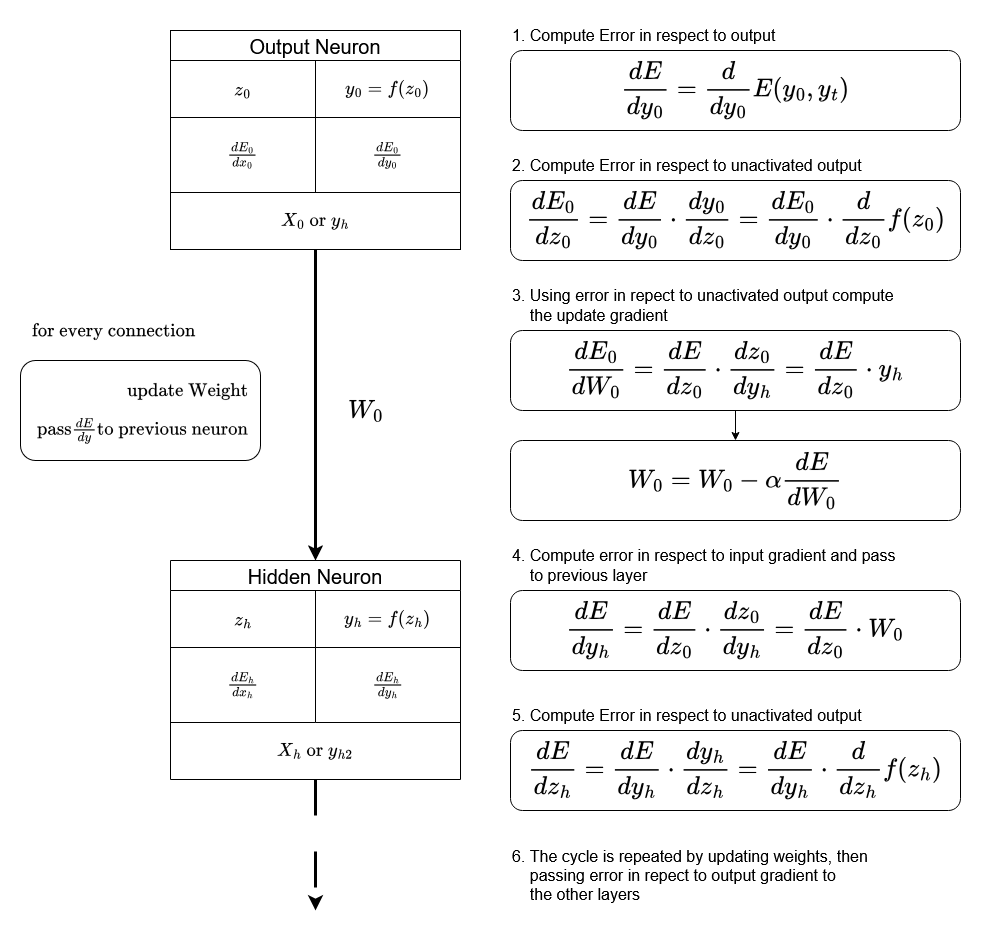
This is DL From Scratch/img/backpropagation.png from Siruenyian/Notebooks-practice, a draw.io export, as it was before one commit. Source tidied: cells renumbered, new cells last; positions are measured from the earlier drawing's top-left corner, leaving out a move shared by most shapes.
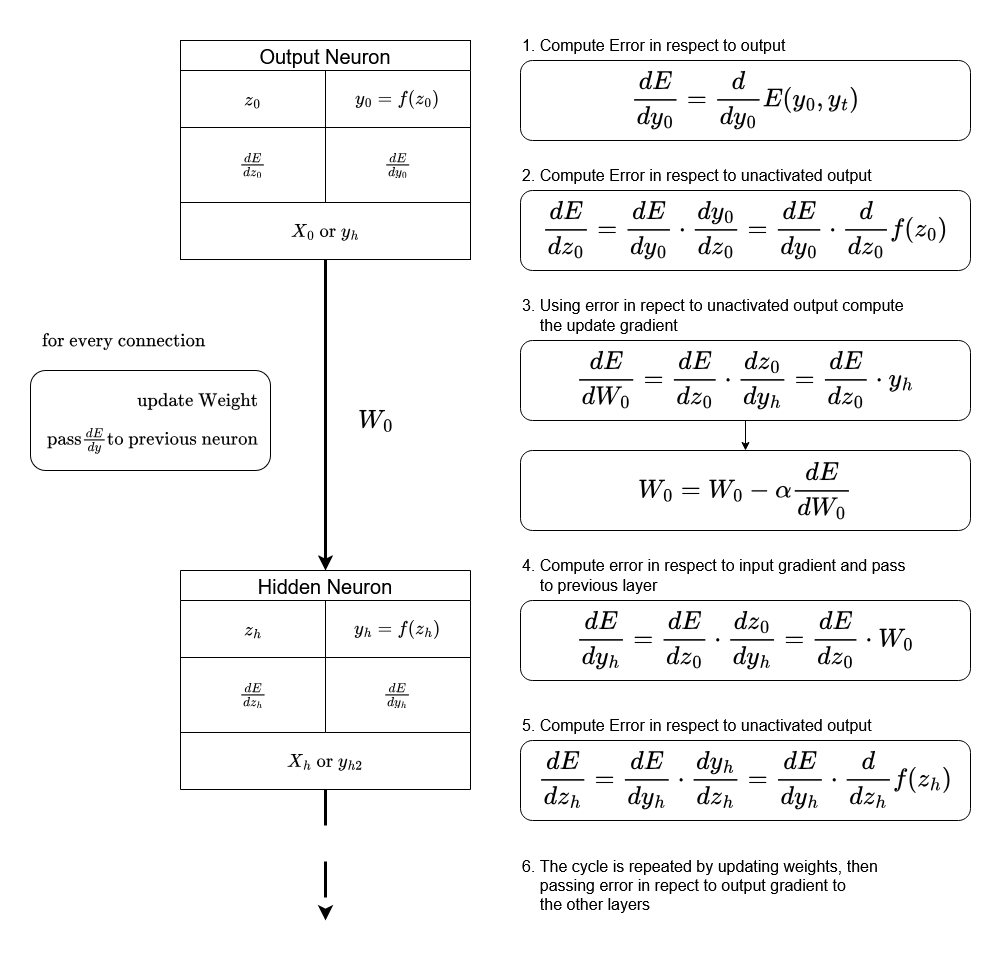
The same diagram one commit later.

Change to the diagram source:
```diff
@@ -26,10 +26,10 @@
     <mxCell id="9" style="shape=tableRow;horizontal=0;startSize=0;swimlaneHead=0;swimlaneBody=0;strokeColor=inherit;top=0;left=0;bottom=0;right=0;fillColor=none;fontSize=16;" parent="5" vertex="1">
       <mxGeometry y="87" width="290" height="75" as="geometry" />
     </mxCell>
-    <mxCell id="10" value="\(\frac{dE_0}{dx_0}\)" style="shape=partialRectangle;html=1;whiteSpace=wrap;strokeColor=inherit;overflow=hidden;fillColor=none;top=0;left=0;bottom=0;right=0;fontSize=16;" parent="9" vertex="1">
+    <mxCell id="10" value="\(\frac{dE}{dz_0}\)" style="shape=partialRectangle;html=1;whiteSpace=wrap;strokeColor=inherit;overflow=hidden;fillColor=none;top=0;left=0;bottom=0;right=0;fontSize=16;" parent="9" vertex="1">
       <mxGeometry width="145" height="75" as="geometry" />
     </mxCell>
-    <mxCell id="11" value="\(\frac{dE_0}{dy_0}\)" style="shape=partialRectangle;html=1;whiteSpace=wrap;strokeColor=inherit;overflow=hidden;fillColor=none;top=0;left=0;bottom=0;right=0;fontSize=16;" parent="9" vertex="1">
+    <mxCell id="11" value="\(\frac{dE}{dy_0}\)" style="shape=partialRectangle;html=1;whiteSpace=wrap;strokeColor=inherit;overflow=hidden;fillColor=none;top=0;left=0;bottom=0;right=0;fontSize=16;" parent="9" vertex="1">
       <mxGeometry x="145" width="145" height="75" as="geometry" />
     </mxCell>
     <mxCell id="12" style="shape=tableRow;horizontal=0;startSize=0;swimlaneHead=0;swimlaneBody=0;strokeColor=inherit;top=0;left=0;bottom=0;right=0;fillColor=none;fontSize=16;" parent="5" vertex="1">
@@ -41,7 +41,7 @@
     <mxCell id="14" value="&lt;font style=&quot;font-size: 22px;&quot;&gt;\[ \frac{dE}{dy_0}= \frac{d}{dy_0} E(y_0, y_t)\]&lt;/font&gt;" style="rounded=1;whiteSpace=wrap;html=1;" parent="1" vertex="1">
       <mxGeometry x="490" y="30" width="450" height="80" as="geometry" />
     </mxCell>
-    <mxCell id="15" value="&lt;font style=&quot;font-size: 22px;&quot;&gt;\[ \frac{dE_0}{dz_0}=&amp;nbsp; &amp;nbsp;\frac{dE}{dy_0} \cdot \frac{dy_0}{dz_0}=&amp;nbsp; \frac{dE_0}{dy_0}&amp;nbsp; \cdot&amp;nbsp; \frac{d}{dz_0} f(z_0)&amp;nbsp; \]&lt;/font&gt;" style="rounded=1;whiteSpace=wrap;html=1;" parent="1" vertex="1">
+    <mxCell id="15" value="&lt;font style=&quot;font-size: 22px;&quot;&gt;\[ \frac{dE}{dz_0}=&amp;nbsp; &amp;nbsp;\frac{dE}{dy_0} \cdot \frac{dy_0}{dz_0}=&amp;nbsp; \frac{dE}{dy_0}&amp;nbsp; \cdot&amp;nbsp; \frac{d}{dz_0} f(z_0)&amp;nbsp; \]&lt;/font&gt;" style="rounded=1;whiteSpace=wrap;html=1;" parent="1" vertex="1">
       <mxGeometry x="490" y="160" width="450" height="80" as="geometry" />
     </mxCell>
     <mxCell id="16" value="&lt;font style=&quot;font-size: 22px;&quot;&gt;\[&amp;nbsp; W_0=W_0-\alpha\frac{dE}{dW_0} &lt;br&gt;\]&lt;/font&gt;" style="rounded=1;whiteSpace=wrap;html=1;strokeColor=light-dark(#000000,#66B2FF);" parent="1" vertex="1">
@@ -50,7 +50,7 @@
     <mxCell id="17" style="edgeStyle=orthogonalEdgeStyle;rounded=0;jettySize=auto;html=1;" parent="1" edge="1" source="18" target="16">
       <mxGeometry relative="1" as="geometry" />
     </mxCell>
-    <mxCell id="18" value="&lt;font style=&quot;font-size: 22px;&quot;&gt;\[&amp;nbsp; \frac{dE_0}{dW_0} = \frac{dE}{dz_0}\cdot \frac{dz_0}{dy_h} = \frac{dE}{dz_0}&amp;nbsp;\cdot&amp;nbsp;y_h&amp;nbsp;\]&lt;/font&gt;" style="rounded=1;whiteSpace=wrap;html=1;" parent="1" vertex="1">
+    <mxCell id="18" value="&lt;font style=&quot;font-size: 22px;&quot;&gt;\[&amp;nbsp; \frac{dE}{dW_0} = \frac{dE}{dz_0}\cdot \frac{dz_0}{dy_h} = \frac{dE}{dz_0}&amp;nbsp;\cdot&amp;nbsp;y_h&amp;nbsp;\]&lt;/font&gt;" style="rounded=1;whiteSpace=wrap;html=1;" parent="1" vertex="1">
       <mxGeometry x="490" y="310" width="450" height="80" as="geometry" />
     </mxCell>
     <mxCell id="19" style="edgeStyle=orthogonalEdgeStyle;rounded=0;jettySize=auto;html=1;dashed=1;dashPattern=12 12;strokeWidth=3;" parent="1" edge="1" source="20">
@@ -73,10 +73,10 @@
     <mxCell id="24" style="shape=tableRow;horizontal=0;startSize=0;swimlaneHead=0;swimlaneBody=0;strokeColor=inherit;top=0;left=0;bottom=0;right=0;fillColor=none;fontSize=16;" parent="20" vertex="1">
       <mxGeometry y="87" width="290" height="75" as="geometry" />
     </mxCell>
-    <mxCell id="25" value="\(\frac{dE_h}{dx_h}\)" style="shape=partialRectangle;html=1;whiteSpace=wrap;strokeColor=inherit;overflow=hidden;fillColor=none;top=0;left=0;bottom=0;right=0;fontSize=16;" parent="24" vertex="1">
+    <mxCell id="25" value="\(\frac{dE}{dz_h}\)" style="shape=partialRectangle;html=1;whiteSpace=wrap;strokeColor=inherit;overflow=hidden;fillColor=none;top=0;left=0;bottom=0;right=0;fontSize=16;" parent="24" vertex="1">
       <mxGeometry width="145" height="75" as="geometry" />
     </mxCell>
-    <mxCell id="26" value="\(\frac{dE_h}{dy_h}\)" style="shape=partialRectangle;html=1;whiteSpace=wrap;strokeColor=inherit;overflow=hidden;fillColor=none;top=0;left=0;bottom=0;right=0;fontSize=16;" parent="24" vertex="1">
+    <mxCell id="26" value="\(\frac{dE}{dy_h}\)" style="shape=partialRectangle;html=1;whiteSpace=wrap;strokeColor=inherit;overflow=hidden;fillColor=none;top=0;left=0;bottom=0;right=0;fontSize=16;" parent="24" vertex="1">
       <mxGeometry x="145" width="145" height="75" as="geometry" />
     </mxCell>
     <mxCell id="27" style="shape=tableRow;horizontal=0;startSize=0;swimlaneHead=0;swimlaneBody=0;strokeColor=inherit;top=0;left=0;bottom=0;right=0;fillColor=none;fontSize=16;" parent="20" vertex="1">
```
